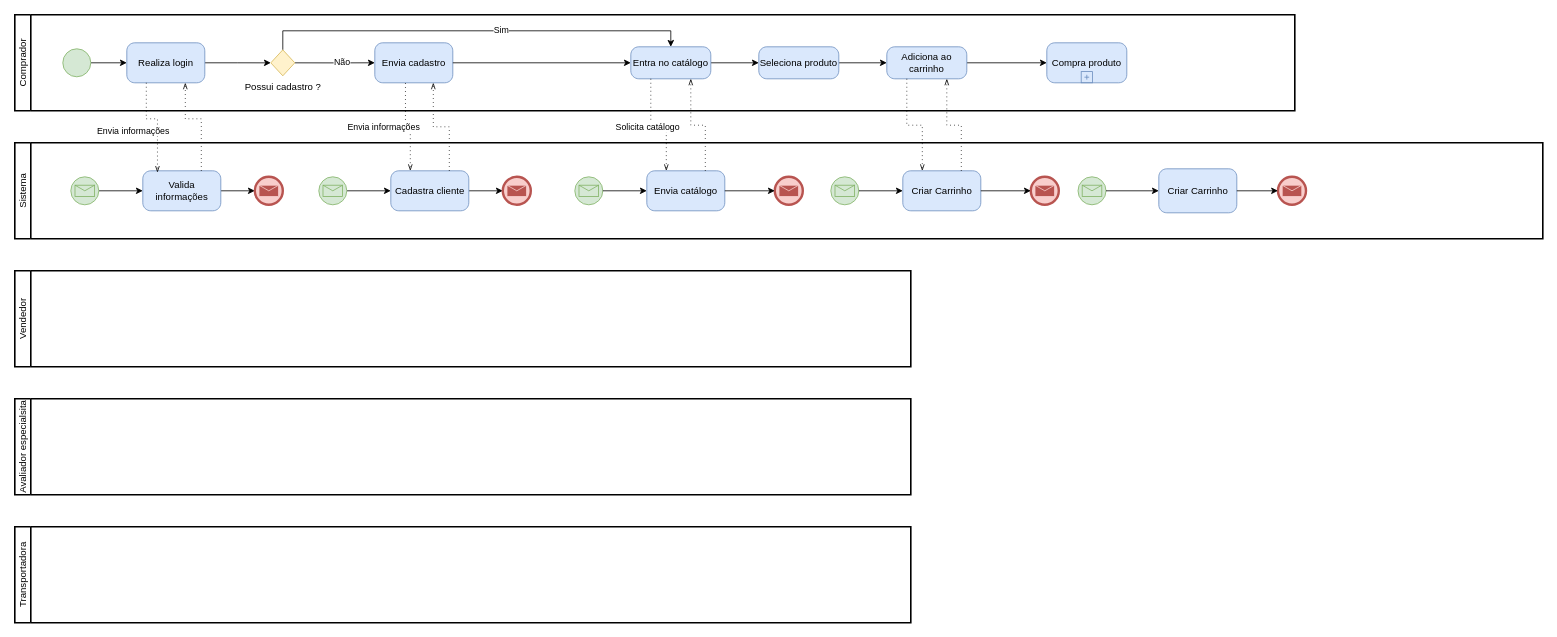
The draw.io diagram page "Modelo To Be" (2 of 2) of DPN/ModelagemProcessoNegocio.drawio in luca-moraes/projetoCorintoModelagem, before the edit. Source tidied: cells renumbered, new cells numbered last; positions are measured from the earlier drawing's top-left corner, leaving out a move shared by most shapes. Both pictures are drawn from the tidied source at 80%, with x=0, y=0 at pixel (14, 14).
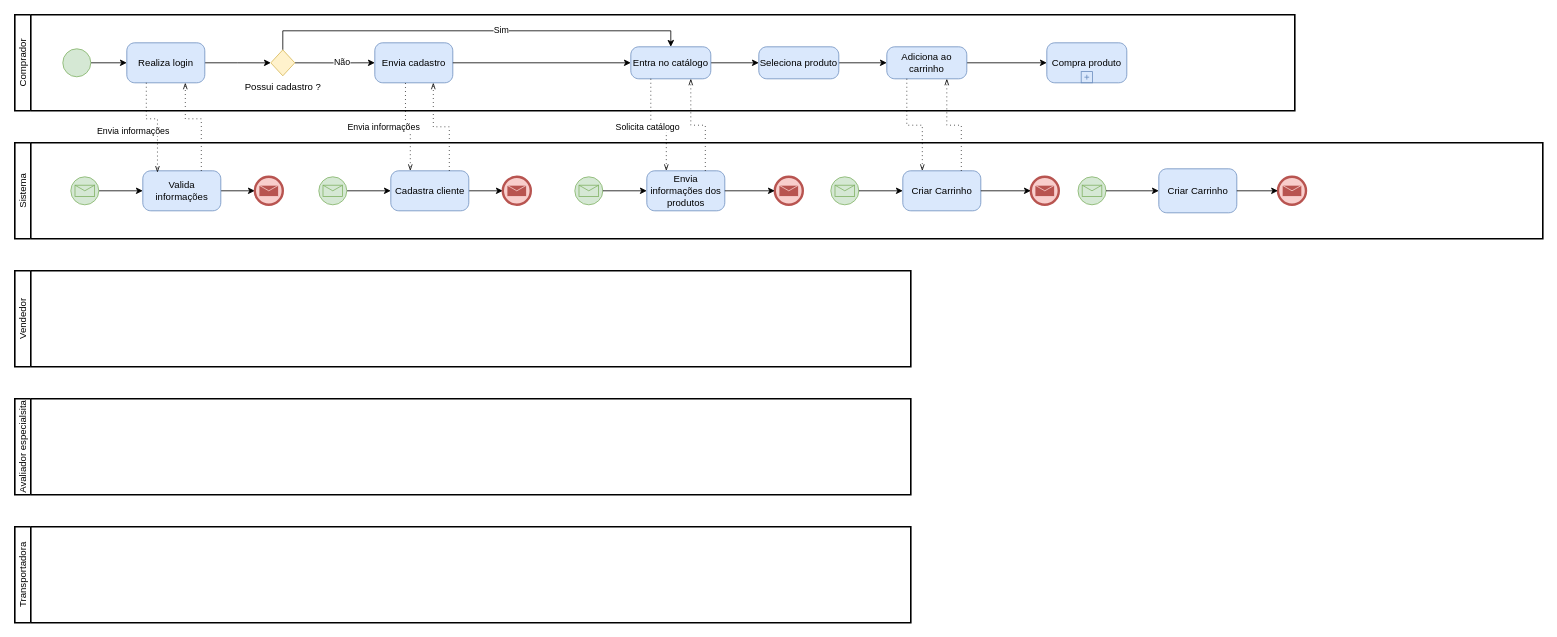
The same diagram, later.

The change refers to these unchanged cells:
```xml
<mxCell id="2" value="Sistema" style="swimlane;html=1;startSize=20;fontStyle=0;horizontal=0;swimlaneLine=1;swimlaneFillColor=#ffffff;strokeWidth=2;whiteSpace=wrap;" parent="1" vertex="1">
  <mxGeometry y="160" width="1910" height="120" as="geometry" />
</mxCell>
```

Diff of the diagram source:
```diff
@@
-    <mxCell id="14" value="Envia catálogo" style="points=[[0.25,0,0],[0.5,0,0],[0.75,0,0],[1,0.25,0],[1,0.5,0],[1,0.75,0],[0.75,1,0],[0.5,1,0],[0.25,1,0],[0,0.75,0],[0,0.5,0],[0,0.25,0]];shape=mxgraph.bpmn.task;whiteSpace=wrap;rectStyle=rounded;size=10;html=1;taskMarker=abstract;fillColor=#dae8fc;strokeColor=#6c8ebf;" parent="2" vertex="1">
+    <mxCell id="14" value="Envia informações dos produtos" style="points=[[0.25,0,0],[0.5,0,0],[0.75,0,0],[1,0.25,0],[1,0.5,0],[1,0.75,0],[0.75,1,0],[0.5,1,0],[0.25,1,0],[0,0.75,0],[0,0.5,0],[0,0.25,0]];shape=mxgraph.bpmn.task;whiteSpace=wrap;rectStyle=rounded;size=10;html=1;taskMarker=abstract;fillColor=#dae8fc;strokeColor=#6c8ebf;" parent="2" vertex="1">
       <mxGeometry x="790" y="35" width="97.5" height="50" as="geometry" />
     </mxCell>
```
